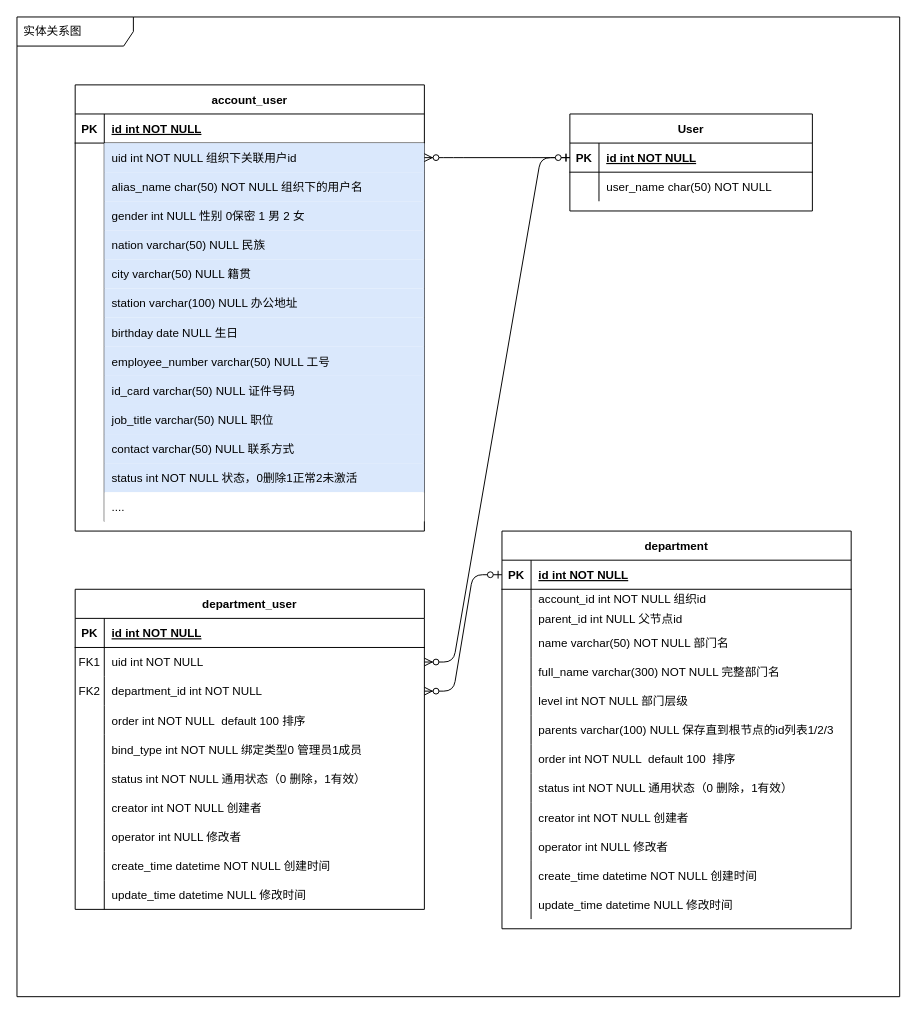
Above: page "部门成员" (1 of 2) of 部门和成员.drawio in MainListActivity/test (draw.io), before the change. Source tidied: cells renumbered, new cells numbered last; positions are measured from the earlier drawing's top-left corner, leaving out a move shared by most shapes. Both pictures are drawn from the tidied source at 97%, with x=0, y=0 at pixel (16, 16).
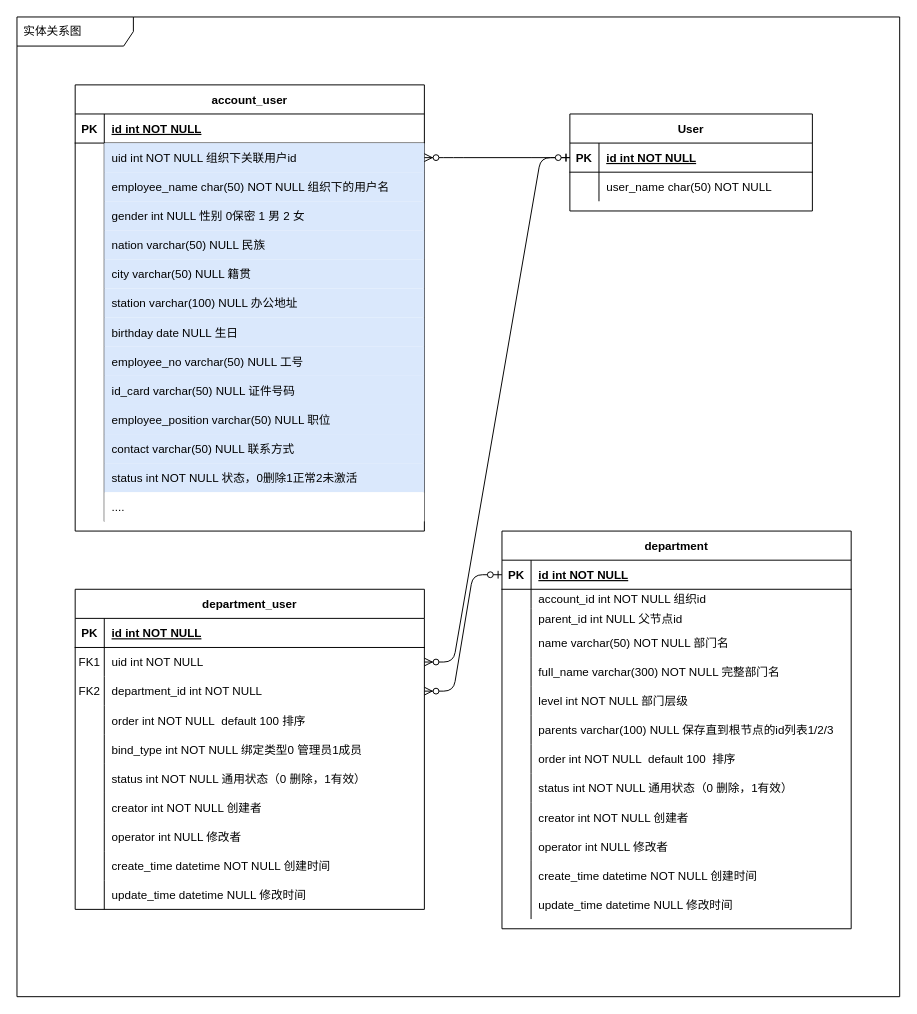
The same page after the edit.

Commit message:
更新部门和成员.drawio

Unchanged cells that the change refers to:
```xml
<mxCell id="90" style="shape=partialRectangle;fillColor=none;top=0;left=0;right=0;bottom=0;" parent="83" vertex="1">
  <mxGeometry y="90" width="360" height="30" as="geometry" />
</mxCell>
<mxCell id="108" style="shape=partialRectangle;fillColor=none;top=0;left=0;right=0;bottom=0;" parent="83" vertex="1">
  <mxGeometry y="270" width="360" height="30" as="geometry" />
</mxCell>
<mxCell id="114" style="shape=partialRectangle;fillColor=none;top=0;left=0;right=0;bottom=0;" parent="83" vertex="1">
  <mxGeometry y="330" width="360" height="30" as="geometry" />
</mxCell>
```

Diff of the diagram source:
```diff
@@
-    <mxCell id="92" value="alias_name char(50) NOT NULL 组织下的用户名" style="shape=partialRectangle;overflow=hidden;fillColor=#dae8fc;top=0;left=0;bottom=0;right=0;align=left;spacingLeft=6;strokeColor=#6c8ebf;" parent="90" vertex="1">
+    <mxCell id="92" value="employee_name char(50) NOT NULL 组织下的用户名" style="shape=partialRectangle;overflow=hidden;fillColor=#dae8fc;top=0;left=0;bottom=0;right=0;align=left;spacingLeft=6;strokeColor=#6c8ebf;" parent="90" vertex="1">
       <mxGeometry x="30" width="330" height="30" as="geometry" />
     </mxCell>
@@
-    <mxCell id="110" value="employee_number varchar(50) NULL 工号" style="shape=partialRectangle;overflow=hidden;fillColor=#dae8fc;top=0;left=0;bottom=0;right=0;align=left;spacingLeft=6;strokeColor=#6c8ebf;" parent="108" vertex="1">
+    <mxCell id="110" value="employee_no varchar(50) NULL 工号" style="shape=partialRectangle;overflow=hidden;fillColor=#dae8fc;top=0;left=0;bottom=0;right=0;align=left;spacingLeft=6;strokeColor=#6c8ebf;" parent="108" vertex="1">
       <mxGeometry x="30" width="330" height="30" as="geometry" />
     </mxCell>
@@
-    <mxCell id="116" value="job_title varchar(50) NULL 职位" style="shape=partialRectangle;overflow=hidden;fillColor=#dae8fc;top=0;left=0;bottom=0;right=0;align=left;spacingLeft=6;strokeColor=#6c8ebf;" parent="114" vertex="1">
+    <mxCell id="116" value="employee_position varchar(50) NULL 职位" style="shape=partialRectangle;overflow=hidden;fillColor=#dae8fc;top=0;left=0;bottom=0;right=0;align=left;spacingLeft=6;strokeColor=#6c8ebf;" parent="114" vertex="1">
       <mxGeometry x="30" width="330" height="30" as="geometry" />
     </mxCell>
```
